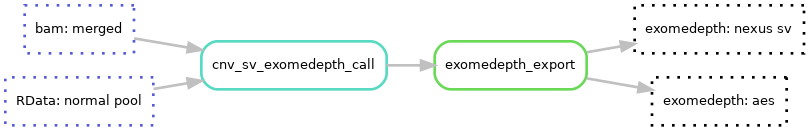
The Graphviz diagram docs/includes/images/cnv_sv.png in clinical-genomics-uppsala/marple_rd_tc, before a commit. Its source is kept beside it as docs/includes/images/cnv_sv.dot. The source it was exported from:
```dot
digraph snakemake_dag {
	rankdir=LR;
    graph[bgcolor=white, margin=0];
    node[shape=box, style=rounded, fontname=sans,                 fontsize=10, penwidth=2];
    edge[penwidth=2, color=grey];
	0[label = "bam: merged", color = "0.66 0.6 0.85", style="dotted"];
	1[label = "RData: normal pool", color = "0.66 0.6 0.85", style="dotted"];
	2[label = "exomedepth: nexus sv", color = "0.0 0.0 0.0", style="dotted"];
	3[label = "exomedepth: aes", color = "0.0 0.0 0.0", style="dotted"];
	4[label = "exomedepth_export", color = "0.31 0.6 0.85", style="rounded"];
	5[label = "cnv_sv_exomedepth_call", color = "0.47 0.6 0.85", style="rounded"];

	0 -> 5
	1 -> 5
	5 -> 4
	4 -> 3
	4 -> 2
}
```
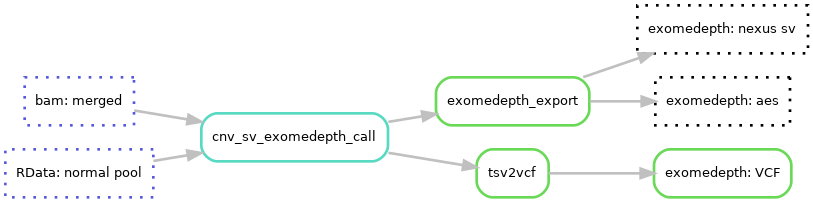
After the commit.

Change to the diagram source:
```diff
@@ -8,11 +8,15 @@
 	2[label = "exomedepth: nexus sv", color = "0.0 0.0 0.0", style="dotted"];
 	3[label = "exomedepth: aes", color = "0.0 0.0 0.0", style="dotted"];
 	4[label = "exomedepth_export", color = "0.31 0.6 0.85", style="rounded"];
-	5[label = "cnv_sv_exomedepth_call", color = "0.47 0.6 0.85", style="rounded"];
+	5[label = "exomedepth: VCF", color = "0.31 0.6 0.85", style="rounded"];
+	6[label = "tsv2vcf", color = "0.31 0.6 0.85", style="rounded"];
+	7[label = "cnv_sv_exomedepth_call", color = "0.47 0.6 0.85", style="rounded"];
 
-	0 -> 5
-	1 -> 5
-	5 -> 4
+	0 -> 7
+	1 -> 7
+	7 -> 4
 	4 -> 3
 	4 -> 2
+	6 -> 5
+	7 -> 6
 }
```
